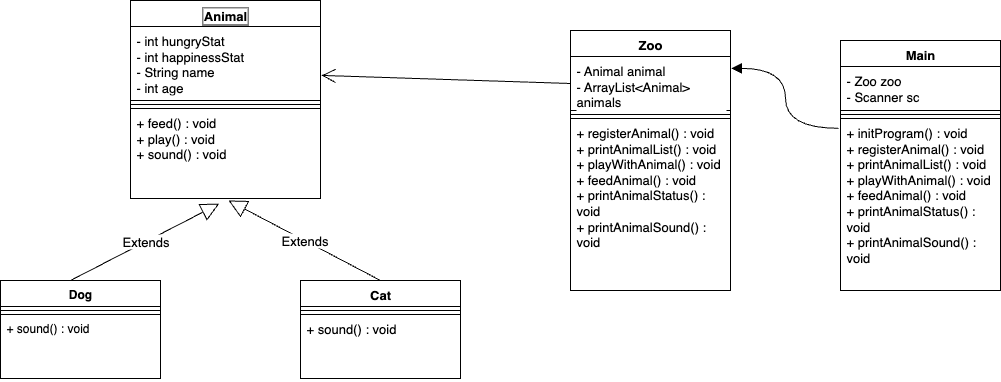
Above: diagram/diagram.png in sylee09/animal_management_system (draw.io), before the change. Source tidied: cells renumbered, new cells last; positions are measured from the earlier drawing's top-left corner, leaving out a move shared by most shapes.
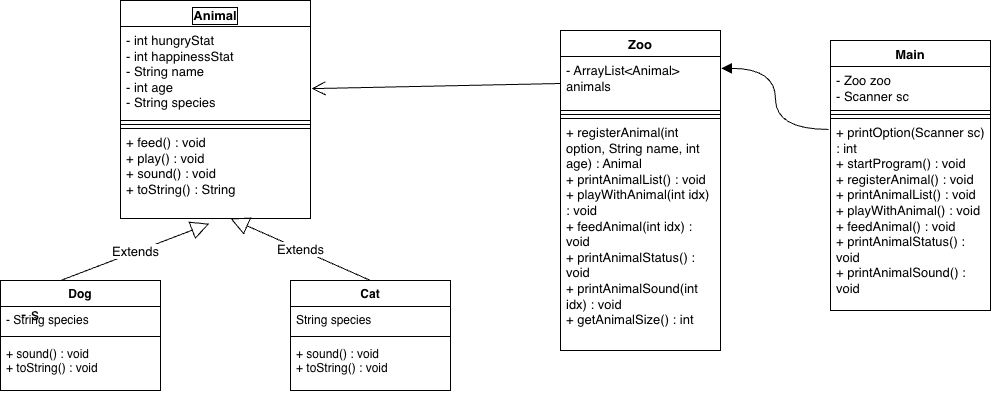
The same diagram one commit later.

Commit message:
다이어 그램 수정 반영

What changed in the source:
```diff
@@ -3,57 +3,41 @@
     <mxCell id="0" />
     <mxCell id="1" parent="0" />
     <mxCell id="2" value="&lt;span style=&quot;background-color: light-dark(rgb(255, 255, 255), transparent);&quot;&gt;&lt;font style=&quot;color: light-dark(rgb(0, 0, 0), rgb(0, 0, 0));&quot;&gt;Animal&lt;/font&gt;&lt;/span&gt;" style="swimlane;fontStyle=1;align=center;verticalAlign=top;horizontal=1;startSize=26;whiteSpace=wrap;html=1;labelBackgroundColor=none;labelBorderColor=light-dark(#000000,#000000);fontSize=13;fillColor=none;" parent="1" vertex="1">
-      <mxGeometry x="130" width="190" height="198" as="geometry" />
+      <mxGeometry x="130" width="190" height="218" as="geometry" />
     </mxCell>
-    <mxCell id="3" value="- int hungryStat&lt;div&gt;- int happinessStat&amp;nbsp;&lt;/div&gt;&lt;div&gt;- String name&lt;div&gt;- int age&lt;/div&gt;&lt;/div&gt;" style="text;align=left;verticalAlign=top;spacingLeft=4;spacingRight=4;overflow=hidden;points=[[0,0.5],[1,0.5]];portConstraint=eastwest;whiteSpace=wrap;html=1;labelBackgroundColor=light-dark(#FFFFFF,transparent);labelBorderColor=none;fontSize=13;fillColor=none;fontColor=light-dark(#000000,#000000);strokeColor=light-dark(#000000,#000000);" parent="2" vertex="1">
-      <mxGeometry y="26" width="190" height="74" as="geometry" />
+    <mxCell id="3" value="- int hungryStat&lt;div&gt;- int happinessStat&amp;nbsp;&lt;/div&gt;&lt;div&gt;- String name&lt;div&gt;- int age&lt;/div&gt;&lt;/div&gt;&lt;div&gt;- String species&lt;/div&gt;" style="text;align=left;verticalAlign=top;spacingLeft=4;spacingRight=4;overflow=hidden;points=[[0,0.5],[1,0.5]];portConstraint=eastwest;whiteSpace=wrap;html=1;labelBackgroundColor=light-dark(#FFFFFF,transparent);labelBorderColor=none;fontSize=13;fillColor=none;fontColor=light-dark(#000000,#000000);strokeColor=light-dark(#000000,#000000);" parent="2" vertex="1">
+      <mxGeometry y="26" width="190" height="94" as="geometry" />
     </mxCell>
     <mxCell id="4" style="line;strokeWidth=1;align=left;verticalAlign=middle;spacingTop=-1;spacingLeft=3;spacingRight=3;labelPosition=right;labelBackgroundColor=light-dark(#FFFFFF,transparent);labelBorderColor=none;fontSize=13;fillColor=none;fontColor=light-dark(#000000,#000000);strokeColor=light-dark(#000000,#000000);" parent="2" vertex="1">
-      <mxGeometry y="100" width="190" height="8" as="geometry" />
+      <mxGeometry y="120" width="190" height="8" as="geometry" />
     </mxCell>
-    <mxCell id="5" value="+ feed() : void&lt;div&gt;+ play() : void&lt;/div&gt;&lt;div&gt;+ sound() : void&lt;/div&gt;" style="text;align=left;verticalAlign=top;spacingLeft=4;spacingRight=4;overflow=hidden;points=[[0,0.5],[1,0.5]];portConstraint=eastwest;whiteSpace=wrap;html=1;labelBackgroundColor=light-dark(#FFFFFF,transparent);labelBorderColor=none;fontSize=13;fillColor=none;fontColor=light-dark(#000000,#000000);strokeColor=light-dark(#000000,#000000);" parent="2" vertex="1">
-      <mxGeometry y="108" width="190" height="90" as="geometry" />
+    <mxCell id="5" value="+ feed() : void&lt;div&gt;+ play() : void&lt;/div&gt;&lt;div&gt;+ sound() : void&lt;/div&gt;&lt;div&gt;+ toString() : String&lt;/div&gt;" style="text;align=left;verticalAlign=top;spacingLeft=4;spacingRight=4;overflow=hidden;points=[[0,0.5],[1,0.5]];portConstraint=eastwest;whiteSpace=wrap;html=1;labelBackgroundColor=light-dark(#FFFFFF,transparent);labelBorderColor=none;fontSize=13;fillColor=none;fontColor=light-dark(#000000,#000000);strokeColor=light-dark(#000000,#000000);" parent="2" vertex="1">
+      <mxGeometry y="128" width="190" height="90" as="geometry" />
     </mxCell>
-    <mxCell id="6" value="Dog" style="swimlane;fontStyle=1;align=center;verticalAlign=top;horizontal=1;startSize=26;whiteSpace=wrap;html=1;labelBorderColor=none;fillColor=none;fontColor=light-dark(#000000,#000000);labelBackgroundColor=light-dark(#FFFFFF,transparent);strokeColor=light-dark(#000000,#000000);" parent="1" vertex="1">
-      <mxGeometry y="280" width="160" height="98" as="geometry" />
-    </mxCell>
-    <mxCell id="7" style="line;strokeWidth=1;align=left;verticalAlign=middle;spacingTop=-1;spacingLeft=3;spacingRight=3;labelPosition=right;labelBorderColor=none;fillColor=none;fontColor=light-dark(#000000,#000000);labelBackgroundColor=light-dark(#FFFFFF,transparent);strokeColor=light-dark(#000000,#000000);" parent="6" vertex="1">
-      <mxGeometry y="26" width="160" height="8" as="geometry" />
-    </mxCell>
-    <mxCell id="8" value="+ sound() : void" style="text;align=left;verticalAlign=top;spacingLeft=4;spacingRight=4;overflow=hidden;whiteSpace=wrap;html=1;labelBorderColor=none;fillColor=none;fontColor=light-dark(#000000,#000000);labelBackgroundColor=light-dark(#FFFFFF,transparent);strokeColor=light-dark(#000000,#000000);" parent="6" vertex="1">
-      <mxGeometry y="34" width="160" height="64" as="geometry" />
-    </mxCell>
-    <mxCell id="9" value="Cat" style="swimlane;fontStyle=1;align=center;verticalAlign=top;horizontal=1;startSize=26;whiteSpace=wrap;html=1;labelBackgroundColor=light-dark(#FFFFFF,transparent);labelBorderColor=none;fontSize=13;fillColor=none;fontColor=light-dark(#000000,#000000);strokeColor=light-dark(#000000,#000000);" parent="1" vertex="1">
-      <mxGeometry x="300" y="280" width="160" height="98" as="geometry" />
-    </mxCell>
-    <mxCell id="10" style="line;strokeWidth=1;align=left;verticalAlign=middle;spacingTop=-1;spacingLeft=3;spacingRight=3;labelPosition=right;labelBackgroundColor=light-dark(#FFFFFF,transparent);labelBorderColor=none;fontSize=13;fillColor=none;fontColor=light-dark(#000000,#000000);strokeColor=light-dark(#000000,#000000);" parent="9" vertex="1">
-      <mxGeometry y="26" width="160" height="8" as="geometry" />
-    </mxCell>
-    <mxCell id="11" value="+ sound() : void" style="text;align=left;verticalAlign=top;spacingLeft=4;spacingRight=4;overflow=hidden;whiteSpace=wrap;html=1;labelBackgroundColor=light-dark(#FFFFFF,transparent);labelBorderColor=none;fontSize=13;fillColor=none;fontColor=light-dark(#000000,#000000);strokeColor=light-dark(#000000,#000000);" parent="9" vertex="1">
-      <mxGeometry y="34" width="160" height="64" as="geometry" />
-    </mxCell>
     <mxCell id="12" value="Zoo" style="swimlane;fontStyle=1;align=center;verticalAlign=top;horizontal=1;startSize=26;whiteSpace=wrap;html=1;labelBackgroundColor=light-dark(#FFFFFF,transparent);labelBorderColor=none;fontSize=13;fillColor=none;fontColor=light-dark(#000000,#000000);strokeColor=light-dark(#000000,#000000);" parent="1" vertex="1">
-      <mxGeometry x="570" y="30" width="160" height="260" as="geometry" />
+      <mxGeometry x="570" y="30" width="160" height="320" as="geometry" />
     </mxCell>
-    <mxCell id="13" value="- Animal animal&lt;div&gt;- ArrayList&amp;lt;Animal&amp;gt; animals&lt;/div&gt;&lt;div&gt;&lt;br&gt;&lt;/div&gt;" style="text;align=left;verticalAlign=top;spacingLeft=4;spacingRight=4;overflow=hidden;points=[[0,0.5],[1,0.5]];portConstraint=eastwest;whiteSpace=wrap;html=1;labelBackgroundColor=light-dark(#FFFFFF,transparent);labelBorderColor=none;fontSize=13;fillColor=none;fontColor=light-dark(#000000,#000000);strokeColor=light-dark(#000000,#000000);" parent="12" vertex="1">
+    <mxCell id="13" value="&lt;div&gt;- ArrayList&amp;lt;Animal&amp;gt; animals&lt;/div&gt;&lt;div&gt;&lt;br&gt;&lt;/div&gt;" style="text;align=left;verticalAlign=top;spacingLeft=4;spacingRight=4;overflow=hidden;points=[[0,0.5],[1,0.5]];portConstraint=eastwest;whiteSpace=wrap;html=1;labelBackgroundColor=light-dark(#FFFFFF,transparent);labelBorderColor=none;fontSize=13;fillColor=none;fontColor=light-dark(#000000,#000000);strokeColor=light-dark(#000000,#000000);" parent="12" vertex="1">
       <mxGeometry y="26" width="160" height="54" as="geometry" />
     </mxCell>
     <mxCell id="14" style="line;strokeWidth=1;align=left;verticalAlign=middle;spacingTop=-1;spacingLeft=3;spacingRight=3;labelPosition=right;labelBackgroundColor=light-dark(#FFFFFF,transparent);labelBorderColor=none;fontSize=13;fillColor=none;fontColor=light-dark(#000000,#000000);strokeColor=light-dark(#000000,#000000);" parent="12" vertex="1">
       <mxGeometry y="80" width="160" height="8" as="geometry" />
     </mxCell>
-    <mxCell id="15" value="+ registerAnimal() : void&lt;div&gt;+ printAnimalList() : void&lt;/div&gt;&lt;div&gt;+ playWithAnimal() : void&lt;/div&gt;&lt;div&gt;+ feedAnimal() : void&lt;/div&gt;&lt;div&gt;+ printAnimalStatus() : void&lt;/div&gt;&lt;div&gt;+ printAnimalSound() : void&lt;/div&gt;" style="text;align=left;verticalAlign=top;spacingLeft=4;spacingRight=4;overflow=hidden;whiteSpace=wrap;html=1;labelBackgroundColor=light-dark(#FFFFFF,transparent);labelBorderColor=none;fontSize=13;fillColor=none;fontColor=light-dark(#000000,#000000);strokeColor=light-dark(#000000,#000000);" parent="12" vertex="1">
-      <mxGeometry y="88" width="160" height="172" as="geometry" />
+    <mxCell id="15" value="+ registerAnimal(int option, String name, int age) : Animal&lt;div&gt;+ printAnimalList() : void&lt;/div&gt;&lt;div&gt;+ playWithAnimal(int idx) : void&lt;/div&gt;&lt;div&gt;+ feedAnimal(int idx) : void&lt;/div&gt;&lt;div&gt;+ printAnimalStatus() : void&lt;/div&gt;&lt;div&gt;+ printAnimalSound(int idx) : void&lt;/div&gt;&lt;div&gt;+ getAnimalSize() : int&lt;/div&gt;&lt;div&gt;&lt;br&gt;&lt;/div&gt;" style="text;align=left;verticalAlign=top;spacingLeft=4;spacingRight=4;overflow=hidden;whiteSpace=wrap;html=1;labelBackgroundColor=light-dark(#FFFFFF,transparent);labelBorderColor=none;fontSize=13;fillColor=none;fontColor=light-dark(#000000,#000000);strokeColor=light-dark(#000000,#000000);" parent="12" vertex="1">
+      <mxGeometry y="88" width="160" height="232" as="geometry" />
     </mxCell>
-    <mxCell id="16" value="Extends" style="endArrow=block;endSize=16;endFill=0;html=1;rounded=0;fontSize=13;curved=1;exitX=0.438;exitY=0;exitDx=0;exitDy=0;exitPerimeter=0;entryX=0.467;entryY=1.058;entryDx=0;entryDy=0;entryPerimeter=0;fontColor=light-dark(#000000,#000000);labelBackgroundColor=light-dark(#FFFFFF,transparent);labelBorderColor=none;fillColor=none;strokeColor=light-dark(#000000,#000000);" parent="1" edge="1" source="6" target="5">
-      <mxGeometry relative="1" as="geometry" />
+    <mxCell id="16" value="Extends" style="endArrow=block;endSize=16;endFill=0;html=1;rounded=0;fontSize=13;curved=1;exitX=0.438;exitY=0;exitDx=0;exitDy=0;exitPerimeter=0;entryX=0.467;entryY=1.058;entryDx=0;entryDy=0;entryPerimeter=0;fontColor=light-dark(#000000,#000000);labelBackgroundColor=light-dark(#FFFFFF,transparent);labelBorderColor=none;fillColor=none;strokeColor=light-dark(#000000,#000000);" parent="1" edge="1" target="5">
+      <mxGeometry relative="1" as="geometry">
+        <mxPoint x="70.1" y="280" as="sourcePoint" />
+      </mxGeometry>
     </mxCell>
     <mxCell id="17" value="Extends" style="endArrow=block;endSize=16;endFill=0;html=1;rounded=0;fontSize=13;curved=1;exitX=0.5;exitY=0;exitDx=0;exitDy=0;fontColor=light-dark(#000000,#000000);labelBackgroundColor=light-dark(#FFFFFF,transparent);labelBorderColor=none;fillColor=none;strokeColor=light-dark(#000000,#000000);" parent="1" edge="1" source="9">
       <mxGeometry relative="1" as="geometry">
-        <mxPoint x="228" y="200" as="targetPoint" />
+        <mxPoint x="240" y="218" as="targetPoint" />
       </mxGeometry>
     </mxCell>
     <mxCell id="18" value="Main" style="swimlane;fontStyle=1;align=center;verticalAlign=top;horizontal=1;startSize=26;whiteSpace=wrap;html=1;labelBackgroundColor=light-dark(#FFFFFF,transparent);labelBorderColor=none;fontSize=13;fillColor=none;fontColor=light-dark(#000000,#000000);strokeColor=light-dark(#000000,#000000);" parent="1" vertex="1">
-      <mxGeometry x="840" y="40" width="160" height="250" as="geometry" />
+      <mxGeometry x="840" y="40" width="160" height="270" as="geometry" />
     </mxCell>
     <mxCell id="19" value="&lt;div&gt;- Zoo zoo&lt;/div&gt;&lt;div&gt;- Scanner sc&lt;/div&gt;" style="text;align=left;verticalAlign=top;spacingLeft=4;spacingRight=4;overflow=hidden;whiteSpace=wrap;html=1;labelBackgroundColor=light-dark(#FFFFFF,transparent);labelBorderColor=none;fontSize=13;fillColor=none;fontColor=light-dark(#000000,#000000);strokeColor=light-dark(#000000,#000000);" parent="18" vertex="1">
       <mxGeometry y="26" width="160" height="44" as="geometry" />
@@ -61,8 +45,8 @@
     <mxCell id="20" style="line;strokeWidth=1;align=left;verticalAlign=middle;spacingTop=-1;spacingLeft=3;spacingRight=3;labelPosition=right;labelBackgroundColor=light-dark(#FFFFFF,transparent);labelBorderColor=none;fontSize=13;fillColor=none;fontColor=light-dark(#000000,#000000);strokeColor=light-dark(#000000,#000000);" parent="18" vertex="1">
       <mxGeometry y="70" width="160" height="8" as="geometry" />
     </mxCell>
-    <mxCell id="21" value="+ initProgram() : void&lt;div&gt;+ registerAnimal() : void&lt;div&gt;+ printAnimalList() : void&lt;/div&gt;&lt;div&gt;+ playWithAnimal() : void&lt;/div&gt;&lt;div&gt;+ feedAnimal() : void&lt;/div&gt;&lt;div&gt;+ printAnimalStatus() : void&lt;/div&gt;&lt;div&gt;+ printAnimalSound() : void&lt;/div&gt;&lt;/div&gt;" style="text;align=left;verticalAlign=top;spacingLeft=4;spacingRight=4;overflow=hidden;points=[[0,0.5],[1,0.5]];portConstraint=eastwest;whiteSpace=wrap;html=1;labelBackgroundColor=light-dark(#FFFFFF,transparent);labelBorderColor=none;fontSize=13;fillColor=none;fontColor=light-dark(#000000,#000000);strokeColor=light-dark(#000000,#000000);" parent="18" vertex="1">
-      <mxGeometry y="78" width="160" height="172" as="geometry" />
+    <mxCell id="21" value="+ printOption(Scanner sc) : int&lt;div&gt;+ startProgram() : void&lt;br&gt;&lt;div&gt;+ registerAnimal() : void&lt;div&gt;+ printAnimalList() : void&lt;/div&gt;&lt;div&gt;+ playWithAnimal() : void&lt;/div&gt;&lt;div&gt;+ feedAnimal() : void&lt;/div&gt;&lt;div&gt;+ printAnimalStatus() : void&lt;/div&gt;&lt;div&gt;+ printAnimalSound() : void&lt;/div&gt;&lt;/div&gt;&lt;/div&gt;" style="text;align=left;verticalAlign=top;spacingLeft=4;spacingRight=4;overflow=hidden;points=[[0,0.5],[1,0.5]];portConstraint=eastwest;whiteSpace=wrap;html=1;labelBackgroundColor=light-dark(#FFFFFF,transparent);labelBorderColor=none;fontSize=13;fillColor=none;fontColor=light-dark(#000000,#000000);strokeColor=light-dark(#000000,#000000);" parent="18" vertex="1">
+      <mxGeometry y="78" width="160" height="192" as="geometry" />
     </mxCell>
     <mxCell id="22" style="endArrow=open;endFill=1;endSize=12;html=1;rounded=0;fontSize=13;curved=1;exitX=0;exitY=0.5;exitDx=0;exitDy=0;entryX=1.005;entryY=0.661;entryDx=0;entryDy=0;entryPerimeter=0;fontColor=light-dark(#000000,#000000);labelBackgroundColor=light-dark(#FFFFFF,transparent);labelBorderColor=none;fillColor=none;strokeColor=light-dark(#000000,#000000);" parent="1" edge="1" source="13" target="3">
       <mxGeometry relative="1" as="geometry" />
@@ -70,5 +54,32 @@
     <mxCell id="23" style="endArrow=block;endFill=1;html=1;edgeStyle=orthogonalEdgeStyle;align=left;verticalAlign=top;rounded=0;fontSize=13;startSize=8;endSize=8;curved=1;entryX=1.006;entryY=0.22;entryDx=0;entryDy=0;exitX=-0.012;exitY=0.057;exitDx=0;exitDy=0;exitPerimeter=0;entryPerimeter=0;fontColor=light-dark(#000000,#000000);labelBackgroundColor=light-dark(#FFFFFF,transparent);labelBorderColor=none;fillColor=none;strokeColor=light-dark(#000000,#000000);" parent="1" edge="1" source="21" target="13">
       <mxGeometry x="-0.77" y="14" relative="1" as="geometry" />
     </mxCell>
+    <mxCell id="24" value="- s" style="text;html=1;whiteSpace=wrap;strokeColor=none;fillColor=none;align=center;verticalAlign=middle;rounded=0;fontSize=16;" parent="1" vertex="1">
+      <mxGeometry x="10" y="300" width="60" height="30" as="geometry" />
+    </mxCell>
+    <mxCell id="6" value="&lt;font style=&quot;color: light-dark(rgb(0, 0, 0), rgb(0, 0, 0));&quot;&gt;Dog&lt;/font&gt;" style="swimlane;fontStyle=1;align=center;verticalAlign=top;horizontal=1;startSize=26;whiteSpace=wrap;html=1;fillColor=light-dark(#FFFFFF,transparent);strokeColor=light-dark(#000000,#000000);" parent="1" vertex="1">
+      <mxGeometry x="10" y="280" width="160" height="110" as="geometry" />
+    </mxCell>
+    <mxCell id="25" value="&lt;font style=&quot;color: light-dark(rgb(0, 0, 0), rgb(0, 0, 0));&quot;&gt;- String species&lt;/font&gt;" style="text;strokeColor=none;fillColor=none;align=left;verticalAlign=top;spacingLeft=4;spacingRight=4;overflow=hidden;whiteSpace=wrap;html=1;" parent="6" vertex="1">
+      <mxGeometry y="26" width="160" height="26" as="geometry" />
+    </mxCell>
+    <mxCell id="26" style="line;strokeWidth=1;fillColor=none;align=left;verticalAlign=middle;spacingTop=-1;spacingLeft=3;spacingRight=3;labelPosition=right;strokeColor=inherit;" parent="6" vertex="1">
+      <mxGeometry y="52" width="160" height="8" as="geometry" />
+    </mxCell>
+    <mxCell id="27" value="&lt;font style=&quot;color: light-dark(rgb(0, 0, 0), rgb(0, 0, 0));&quot;&gt;+ sound() : void&lt;/font&gt;&lt;div&gt;&lt;font style=&quot;color: light-dark(rgb(0, 0, 0), rgb(0, 0, 0));&quot;&gt;+ toString() : void&lt;/font&gt;&lt;/div&gt;" style="text;strokeColor=none;fillColor=none;align=left;verticalAlign=top;spacingLeft=4;spacingRight=4;overflow=hidden;whiteSpace=wrap;html=1;" parent="6" vertex="1">
+      <mxGeometry y="60" width="160" height="50" as="geometry" />
+    </mxCell>
+    <mxCell id="9" value="&lt;font style=&quot;color: light-dark(rgb(0, 0, 0), rgb(0, 0, 0));&quot;&gt;Cat&lt;/font&gt;" style="swimlane;fontStyle=1;align=center;verticalAlign=top;horizontal=1;startSize=26;whiteSpace=wrap;html=1;fillColor=light-dark(#FFFFFF,transparent);swimlaneFillColor=none;strokeColor=light-dark(#000000,#000000);" parent="1" vertex="1">
+      <mxGeometry x="300" y="280" width="160" height="110" as="geometry" />
+    </mxCell>
+    <mxCell id="28" value="&lt;font style=&quot;color: light-dark(rgb(0, 0, 0), rgb(0, 0, 0));&quot;&gt;String species&lt;/font&gt;" style="text;strokeColor=none;fillColor=none;align=left;verticalAlign=top;spacingLeft=4;spacingRight=4;overflow=hidden;whiteSpace=wrap;html=1;" parent="9" vertex="1">
+      <mxGeometry y="26" width="160" height="26" as="geometry" />
+    </mxCell>
+    <mxCell id="29" style="line;strokeWidth=1;fillColor=none;align=left;verticalAlign=middle;spacingTop=-1;spacingLeft=3;spacingRight=3;labelPosition=right;strokeColor=inherit;" parent="9" vertex="1">
+      <mxGeometry y="52" width="160" height="8" as="geometry" />
+    </mxCell>
+    <mxCell id="30" value="&lt;font style=&quot;color: light-dark(rgb(0, 0, 0), rgb(0, 0, 0));&quot;&gt;+ sound() : void&lt;/font&gt;&lt;div&gt;&lt;font style=&quot;color: light-dark(rgb(0, 0, 0), rgb(0, 0, 0));&quot;&gt;+ toString() : void&lt;/font&gt;&lt;/div&gt;" style="text;strokeColor=none;fillColor=none;align=left;verticalAlign=top;spacingLeft=4;spacingRight=4;overflow=hidden;whiteSpace=wrap;html=1;" parent="9" vertex="1">
+      <mxGeometry y="60" width="160" height="50" as="geometry" />
+    </mxCell>
   </root>
 </mxGraphModel>
```
